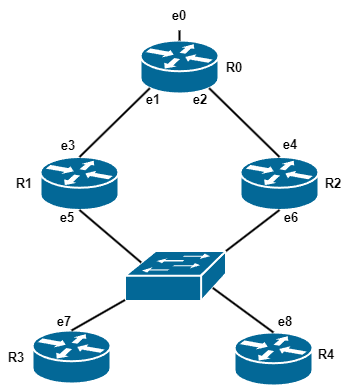
Above: Promela_network.png in CatarinaGrilo/HPIM-SSM (draw.io), before the change. Source tidied: cells renumbered, new cells last; positions are measured from the earlier drawing's top-left corner, leaving out a move shared by most shapes.
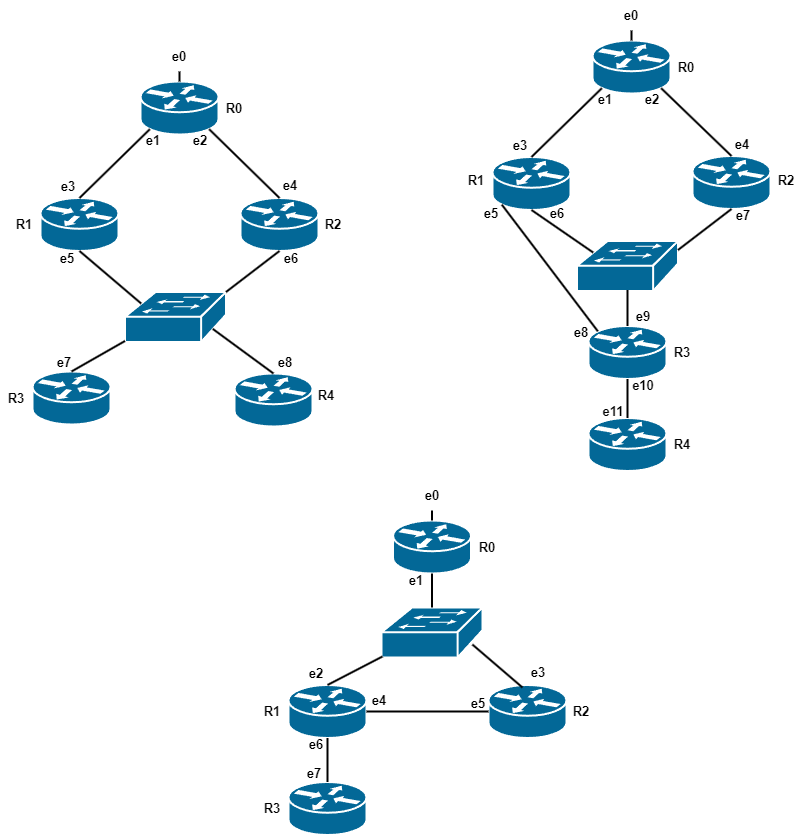
The same file after the commit.

Diff of the diagram source:
```diff
@@ -83,5 +83,177 @@
     <mxCell id="28" value="e7" style="text;html=1;strokeColor=none;fillColor=none;align=center;verticalAlign=middle;whiteSpace=wrap;rounded=0;fontSize=13;fontStyle=1;" parent="1" vertex="1">
       <mxGeometry x="48" y="305.5" width="32" height="30" as="geometry" />
     </mxCell>
+    <mxCell id="29" value="e3" style="text;html=1;strokeColor=none;fillColor=none;align=center;verticalAlign=middle;whiteSpace=wrap;rounded=0;fontSize=13;fontStyle=1;" parent="1" vertex="1">
+      <mxGeometry x="504" y="89" width="32" height="30" as="geometry" />
+    </mxCell>
+    <mxCell id="30" style="shape=mxgraph.cisco.routers.router;sketch=0;html=1;dashed=0;fillColor=#036897;strokeColor=#ffffff;strokeWidth=2;verticalLabelPosition=bottom;verticalAlign=top;align=center;outlineConnect=0;" parent="1" vertex="1">
+      <mxGeometry x="592" y="-1" width="78" height="53" as="geometry" />
+    </mxCell>
+    <mxCell id="31" style="shape=mxgraph.cisco.switches.workgroup_switch;sketch=0;html=1;dashed=0;fillColor=#036897;strokeColor=#ffffff;strokeWidth=2;verticalLabelPosition=bottom;verticalAlign=top;align=center;outlineConnect=0;" parent="1" vertex="1">
+      <mxGeometry x="576.5" y="199.5" width="101" height="50" as="geometry" />
+    </mxCell>
+    <mxCell id="32" style="shape=mxgraph.cisco.routers.router;sketch=0;html=1;dashed=0;fillColor=#036897;strokeColor=#ffffff;strokeWidth=2;verticalLabelPosition=bottom;verticalAlign=top;align=center;outlineConnect=0;" parent="1" vertex="1">
+      <mxGeometry x="492" y="115.5" width="78" height="53" as="geometry" />
+    </mxCell>
+    <mxCell id="33" style="shape=mxgraph.cisco.routers.router;sketch=0;html=1;dashed=0;fillColor=#036897;strokeColor=#ffffff;strokeWidth=2;verticalLabelPosition=bottom;verticalAlign=top;align=center;outlineConnect=0;" parent="1" vertex="1">
+      <mxGeometry x="692" y="114.5" width="78" height="53" as="geometry" />
+    </mxCell>
+    <mxCell id="34" style="shape=mxgraph.cisco.routers.router;sketch=0;html=1;dashed=0;fillColor=#036897;strokeColor=#ffffff;strokeWidth=2;verticalLabelPosition=bottom;verticalAlign=top;align=center;outlineConnect=0;" parent="1" vertex="1">
+      <mxGeometry x="588" y="284.5" width="78" height="53" as="geometry" />
+    </mxCell>
+    <mxCell id="35" style="shape=mxgraph.cisco.routers.router;sketch=0;html=1;dashed=0;fillColor=#036897;strokeColor=#ffffff;strokeWidth=2;verticalLabelPosition=bottom;verticalAlign=top;align=center;outlineConnect=0;" parent="1" vertex="1">
+      <mxGeometry x="588" y="376.5" width="78" height="53" as="geometry" />
+    </mxCell>
+    <mxCell id="36" style="endArrow=none;html=1;rounded=0;strokeWidth=2;exitX=0.5;exitY=0;exitDx=0;exitDy=0;exitPerimeter=0;entryX=0.5;entryY=1;entryDx=0;entryDy=0;" parent="1" edge="1" source="30" target="46">
+      <mxGeometry relative="1" as="geometry" />
+    </mxCell>
+    <mxCell id="37" style="endArrow=none;html=1;rounded=0;strokeWidth=2;entryX=0.88;entryY=0.9;entryDx=0;entryDy=0;entryPerimeter=0;exitX=0.5;exitY=0;exitDx=0;exitDy=0;exitPerimeter=0;strokeColor=#000000;startArrow=none;startFill=0;" parent="1" edge="1" source="33" target="30">
+      <mxGeometry relative="1" as="geometry" />
+    </mxCell>
+    <mxCell id="38" style="endArrow=none;html=1;rounded=0;strokeWidth=2;entryX=0.5;entryY=1;entryDx=0;entryDy=0;entryPerimeter=0;exitX=0.16;exitY=0.23;exitDx=0;exitDy=0;exitPerimeter=0;" parent="1" edge="1" source="31" target="32">
+      <mxGeometry relative="1" as="geometry" />
+    </mxCell>
+    <mxCell id="39" style="endArrow=none;html=1;rounded=0;strokeWidth=2;entryX=0.5;entryY=1;entryDx=0;entryDy=0;entryPerimeter=0;exitX=1;exitY=0;exitDx=0;exitDy=0;exitPerimeter=0;strokeColor=#000000;startArrow=none;startFill=0;" parent="1" edge="1" target="33">
+      <mxGeometry relative="1" as="geometry">
+        <mxPoint x="677.5" y="208.5" as="sourcePoint" />
+      </mxGeometry>
+    </mxCell>
+    <mxCell id="40" style="endArrow=none;html=1;rounded=0;strokeWidth=2;entryX=0.5;entryY=0.98;entryDx=0;entryDy=0;entryPerimeter=0;exitX=0.5;exitY=0;exitDx=0;exitDy=0;exitPerimeter=0;" parent="1" edge="1" source="34" target="31">
+      <mxGeometry relative="1" as="geometry" />
+    </mxCell>
+    <mxCell id="41" value="R4" style="text;html=1;strokeColor=none;fillColor=none;align=center;verticalAlign=middle;whiteSpace=wrap;rounded=0;fontSize=13;fontStyle=1;" parent="1" vertex="1">
+      <mxGeometry x="666" y="388" width="32" height="30" as="geometry" />
+    </mxCell>
+    <mxCell id="42" value="R3" style="text;html=1;strokeColor=none;fillColor=none;align=center;verticalAlign=middle;whiteSpace=wrap;rounded=0;fontSize=13;fontStyle=1;" parent="1" vertex="1">
+      <mxGeometry x="666" y="296" width="32" height="30" as="geometry" />
+    </mxCell>
+    <mxCell id="43" value="R2" style="text;html=1;strokeColor=none;fillColor=none;align=center;verticalAlign=middle;whiteSpace=wrap;rounded=0;fontSize=13;fontStyle=1;" parent="1" vertex="1">
+      <mxGeometry x="770" y="124" width="32" height="30" as="geometry" />
+    </mxCell>
+    <mxCell id="44" value="R1" style="text;html=1;strokeColor=none;fillColor=none;align=center;verticalAlign=middle;whiteSpace=wrap;rounded=0;fontSize=13;fontStyle=1;" parent="1" vertex="1">
+      <mxGeometry x="460" y="124" width="32" height="30" as="geometry" />
+    </mxCell>
+    <mxCell id="45" value="R0" style="text;html=1;strokeColor=none;fillColor=none;align=center;verticalAlign=middle;whiteSpace=wrap;rounded=0;fontSize=13;fontStyle=1;" parent="1" vertex="1">
+      <mxGeometry x="670" y="10.5" width="32" height="30" as="geometry" />
+    </mxCell>
+    <mxCell id="46" value="e0" style="text;html=1;strokeColor=none;fillColor=none;align=center;verticalAlign=middle;whiteSpace=wrap;rounded=0;fontSize=13;fontStyle=1;" parent="1" vertex="1">
+      <mxGeometry x="615" y="-41" width="32" height="30" as="geometry" />
+    </mxCell>
+    <mxCell id="47" style="endArrow=none;html=1;rounded=0;strokeWidth=2;exitX=0.5;exitY=0;exitDx=0;exitDy=0;exitPerimeter=0;entryX=0.12;entryY=0.9;entryDx=0;entryDy=0;entryPerimeter=0;" parent="1" edge="1" source="32" target="30">
+      <mxGeometry relative="1" as="geometry" />
+    </mxCell>
+    <mxCell id="48" value="e1" style="text;html=1;strokeColor=none;fillColor=none;align=center;verticalAlign=middle;whiteSpace=wrap;rounded=0;fontSize=13;fontStyle=1;" parent="1" vertex="1">
+      <mxGeometry x="589" y="42.5" width="32" height="30" as="geometry" />
+    </mxCell>
+    <mxCell id="49" value="e2" style="text;html=1;strokeColor=none;fillColor=none;align=center;verticalAlign=middle;whiteSpace=wrap;rounded=0;fontSize=13;fontStyle=1;" parent="1" vertex="1">
+      <mxGeometry x="636" y="42.5" width="32" height="30" as="geometry" />
+    </mxCell>
+    <mxCell id="50" value="e4" style="text;html=1;strokeColor=none;fillColor=none;align=center;verticalAlign=middle;whiteSpace=wrap;rounded=0;fontSize=13;fontStyle=1;" parent="1" vertex="1">
+      <mxGeometry x="726" y="88" width="32" height="30" as="geometry" />
+    </mxCell>
+    <mxCell id="51" value="e5" style="text;html=1;strokeColor=none;fillColor=none;align=center;verticalAlign=middle;whiteSpace=wrap;rounded=0;fontSize=13;fontStyle=1;" parent="1" vertex="1">
+      <mxGeometry x="475" y="157" width="32" height="30" as="geometry" />
+    </mxCell>
+    <mxCell id="52" value="e7" style="text;html=1;strokeColor=none;fillColor=none;align=center;verticalAlign=middle;whiteSpace=wrap;rounded=0;fontSize=13;fontStyle=1;" parent="1" vertex="1">
+      <mxGeometry x="727" y="159" width="32" height="30" as="geometry" />
+    </mxCell>
+    <mxCell id="53" value="e10" style="text;html=1;strokeColor=none;fillColor=none;align=center;verticalAlign=middle;whiteSpace=wrap;rounded=0;fontSize=13;fontStyle=1;" parent="1" vertex="1">
+      <mxGeometry x="627" y="329" width="32" height="30" as="geometry" />
+    </mxCell>
+    <mxCell id="54" value="e9" style="text;html=1;strokeColor=none;fillColor=none;align=center;verticalAlign=middle;whiteSpace=wrap;rounded=0;fontSize=13;fontStyle=1;" parent="1" vertex="1">
+      <mxGeometry x="627" y="259.5" width="32" height="30" as="geometry" />
+    </mxCell>
+    <mxCell id="55" style="endArrow=none;html=1;rounded=0;exitX=0.5;exitY=0;exitDx=0;exitDy=0;exitPerimeter=0;entryX=0.5;entryY=1;entryDx=0;entryDy=0;entryPerimeter=0;strokeWidth=2;" parent="1" edge="1" source="35" target="34">
+      <mxGeometry relative="1" as="geometry">
+        <Array as="points">
+          <mxPoint x="627" y="359" />
+        </Array>
+      </mxGeometry>
+    </mxCell>
+    <mxCell id="56" style="endArrow=none;html=1;rounded=0;entryX=0.12;entryY=0.9;entryDx=0;entryDy=0;entryPerimeter=0;exitX=0.12;exitY=0.1;exitDx=0;exitDy=0;exitPerimeter=0;strokeWidth=2;" parent="1" edge="1" source="34" target="32">
+      <mxGeometry relative="1" as="geometry" />
+    </mxCell>
+    <mxCell id="57" value="e6" style="text;html=1;strokeColor=none;fillColor=none;align=center;verticalAlign=middle;whiteSpace=wrap;rounded=0;fontSize=13;fontStyle=1;" parent="1" vertex="1">
+      <mxGeometry x="541" y="157" width="32" height="30" as="geometry" />
+    </mxCell>
+    <mxCell id="58" value="e8" style="text;html=1;strokeColor=none;fillColor=none;align=center;verticalAlign=middle;whiteSpace=wrap;rounded=0;fontSize=13;fontStyle=1;" parent="1" vertex="1">
+      <mxGeometry x="565" y="276" width="32" height="30" as="geometry" />
+    </mxCell>
+    <mxCell id="59" value="e11" style="text;html=1;strokeColor=none;fillColor=none;align=center;verticalAlign=middle;whiteSpace=wrap;rounded=0;fontSize=13;fontStyle=1;" parent="1" vertex="1">
+      <mxGeometry x="597" y="355" width="32" height="30" as="geometry" />
+    </mxCell>
+    <mxCell id="60" value="e2" style="text;html=1;strokeColor=none;fillColor=none;align=center;verticalAlign=middle;whiteSpace=wrap;rounded=0;fontSize=13;fontStyle=1;" parent="1" vertex="1">
+      <mxGeometry x="300" y="617" width="32" height="30" as="geometry" />
+    </mxCell>
+    <mxCell id="61" style="shape=mxgraph.cisco.routers.router;sketch=0;html=1;dashed=0;fillColor=#036897;strokeColor=#ffffff;strokeWidth=2;verticalLabelPosition=bottom;verticalAlign=top;align=center;outlineConnect=0;" parent="1" vertex="1">
+      <mxGeometry x="392.5" y="479" width="78" height="53" as="geometry" />
+    </mxCell>
+    <mxCell id="62" style="shape=mxgraph.cisco.routers.router;sketch=0;html=1;dashed=0;fillColor=#036897;strokeColor=#ffffff;strokeWidth=2;verticalLabelPosition=bottom;verticalAlign=top;align=center;outlineConnect=0;" parent="1" vertex="1">
+      <mxGeometry x="288" y="643.5" width="78" height="53" as="geometry" />
+    </mxCell>
+    <mxCell id="63" style="shape=mxgraph.cisco.routers.router;sketch=0;html=1;dashed=0;fillColor=#036897;strokeColor=#ffffff;strokeWidth=2;verticalLabelPosition=bottom;verticalAlign=top;align=center;outlineConnect=0;" parent="1" vertex="1">
+      <mxGeometry x="488" y="643.5" width="78" height="53" as="geometry" />
+    </mxCell>
+    <mxCell id="64" style="shape=mxgraph.cisco.routers.router;sketch=0;html=1;dashed=0;fillColor=#036897;strokeColor=#ffffff;strokeWidth=2;verticalLabelPosition=bottom;verticalAlign=top;align=center;outlineConnect=0;" parent="1" vertex="1">
+      <mxGeometry x="288" y="740.5" width="78" height="53" as="geometry" />
+    </mxCell>
+    <mxCell id="65" style="endArrow=none;html=1;rounded=0;strokeWidth=2;exitX=0.5;exitY=0;exitDx=0;exitDy=0;exitPerimeter=0;entryX=0.5;entryY=1;entryDx=0;entryDy=0;" parent="1" edge="1" source="61" target="71">
+      <mxGeometry relative="1" as="geometry" />
+    </mxCell>
+    <mxCell id="66" style="endArrow=none;html=1;rounded=0;strokeWidth=2;exitX=0.5;exitY=0;exitDx=0;exitDy=0;exitPerimeter=0;entryX=0.5;entryY=1;entryDx=0;entryDy=0;entryPerimeter=0;" parent="1" edge="1" source="64" target="62">
+      <mxGeometry relative="1" as="geometry" />
+    </mxCell>
+    <mxCell id="67" value="R3" style="text;html=1;strokeColor=none;fillColor=none;align=center;verticalAlign=middle;whiteSpace=wrap;rounded=0;fontSize=13;fontStyle=1;" parent="1" vertex="1">
+      <mxGeometry x="256" y="752" width="32" height="30" as="geometry" />
+    </mxCell>
+    <mxCell id="68" value="R2" style="text;html=1;strokeColor=none;fillColor=none;align=center;verticalAlign=middle;whiteSpace=wrap;rounded=0;fontSize=13;fontStyle=1;" parent="1" vertex="1">
+      <mxGeometry x="565" y="655" width="32" height="30" as="geometry" />
+    </mxCell>
+    <mxCell id="69" value="R1" style="text;html=1;strokeColor=none;fillColor=none;align=center;verticalAlign=middle;whiteSpace=wrap;rounded=0;fontSize=13;fontStyle=1;" parent="1" vertex="1">
+      <mxGeometry x="256" y="655" width="32" height="30" as="geometry" />
+    </mxCell>
+    <mxCell id="70" value="R0" style="text;html=1;strokeColor=none;fillColor=none;align=center;verticalAlign=middle;whiteSpace=wrap;rounded=0;fontSize=13;fontStyle=1;" parent="1" vertex="1">
+      <mxGeometry x="470.5" y="490.5" width="32" height="30" as="geometry" />
+    </mxCell>
+    <mxCell id="71" value="e0" style="text;html=1;strokeColor=none;fillColor=none;align=center;verticalAlign=middle;whiteSpace=wrap;rounded=0;fontSize=13;fontStyle=1;" parent="1" vertex="1">
+      <mxGeometry x="415.5" y="439" width="32" height="30" as="geometry" />
+    </mxCell>
+    <mxCell id="72" value="e1" style="text;html=1;strokeColor=none;fillColor=none;align=center;verticalAlign=middle;whiteSpace=wrap;rounded=0;fontSize=13;fontStyle=1;" parent="1" vertex="1">
+      <mxGeometry x="399.5" y="523.5" width="32" height="30" as="geometry" />
+    </mxCell>
+    <mxCell id="73" value="e3" style="text;html=1;strokeColor=none;fillColor=none;align=center;verticalAlign=middle;whiteSpace=wrap;rounded=0;fontSize=13;fontStyle=1;" parent="1" vertex="1">
+      <mxGeometry x="522" y="616" width="32" height="30" as="geometry" />
+    </mxCell>
+    <mxCell id="74" value="e6" style="text;html=1;strokeColor=none;fillColor=none;align=center;verticalAlign=middle;whiteSpace=wrap;rounded=0;fontSize=13;fontStyle=1;" parent="1" vertex="1">
+      <mxGeometry x="300" y="688" width="32" height="30" as="geometry" />
+    </mxCell>
+    <mxCell id="75" value="e7" style="text;html=1;strokeColor=none;fillColor=none;align=center;verticalAlign=middle;whiteSpace=wrap;rounded=0;fontSize=13;fontStyle=1;" parent="1" vertex="1">
+      <mxGeometry x="298" y="717" width="32" height="30" as="geometry" />
+    </mxCell>
+    <mxCell id="76" style="shape=mxgraph.cisco.switches.workgroup_switch;sketch=0;html=1;dashed=0;fillColor=#036897;strokeColor=#ffffff;strokeWidth=2;verticalLabelPosition=bottom;verticalAlign=top;align=center;outlineConnect=0;" parent="1" vertex="1">
+      <mxGeometry x="381" y="566" width="101" height="50" as="geometry" />
+    </mxCell>
+    <mxCell id="77" style="endArrow=none;html=1;rounded=0;entryX=0.5;entryY=1;entryDx=0;entryDy=0;entryPerimeter=0;exitX=0.5;exitY=0;exitDx=0;exitDy=0;exitPerimeter=0;strokeWidth=2;" parent="1" edge="1" source="76" target="61">
+      <mxGeometry relative="1" as="geometry" />
+    </mxCell>
+    <mxCell id="78" style="endArrow=none;html=1;rounded=0;entryX=0.5;entryY=0;entryDx=0;entryDy=0;entryPerimeter=0;strokeWidth=2;exitX=0;exitY=0.98;exitDx=0;exitDy=0;exitPerimeter=0;" parent="1" edge="1" target="62">
+      <mxGeometry relative="1" as="geometry">
+        <mxPoint x="382" y="615" as="sourcePoint" />
+      </mxGeometry>
+    </mxCell>
+    <mxCell id="79" style="endArrow=none;html=1;rounded=0;exitX=0;exitY=1;exitDx=0;exitDy=0;strokeWidth=2;entryX=0.87;entryY=0.74;entryDx=0;entryDy=0;entryPerimeter=0;" parent="1" edge="1" source="73">
+      <mxGeometry relative="1" as="geometry">
+        <mxPoint x="471.9" y="603" as="targetPoint" />
+      </mxGeometry>
+    </mxCell>
+    <mxCell id="80" style="endArrow=none;html=1;rounded=0;entryX=0;entryY=0.5;entryDx=0;entryDy=0;entryPerimeter=0;exitX=1;exitY=0.5;exitDx=0;exitDy=0;exitPerimeter=0;strokeWidth=2;" parent="1" edge="1" source="62" target="63">
+      <mxGeometry relative="1" as="geometry" />
+    </mxCell>
+    <mxCell id="81" value="e4" style="text;html=1;strokeColor=none;fillColor=none;align=center;verticalAlign=middle;whiteSpace=wrap;rounded=0;fontSize=13;fontStyle=1;" parent="1" vertex="1">
+      <mxGeometry x="362.5" y="643.5" width="32" height="30" as="geometry" />
+    </mxCell>
+    <mxCell id="82" value="e5" style="text;html=1;strokeColor=none;fillColor=none;align=center;verticalAlign=middle;whiteSpace=wrap;rounded=0;fontSize=13;fontStyle=1;" parent="1" vertex="1">
+      <mxGeometry x="461.5" y="647" width="32" height="30" as="geometry" />
+    </mxCell>
   </root>
 </mxGraphModel>
```
